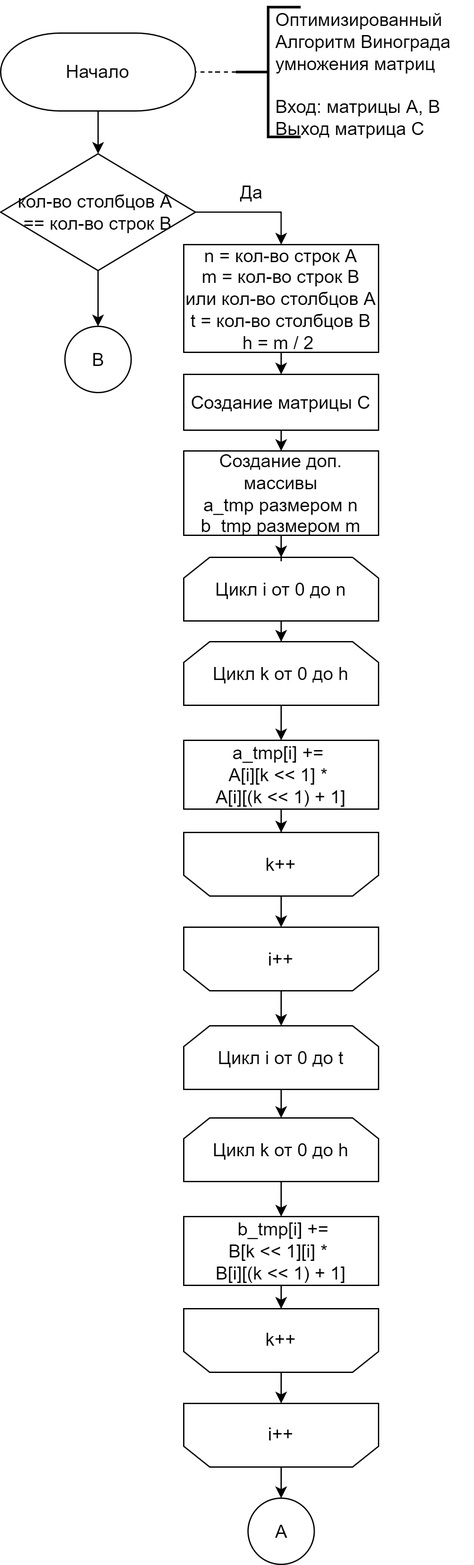
The draw.io diagram lab_02/docs/img/vinograd_opt_alg_1.png in Mansurow/bmstu-iu7-5sem-AA, before a commit. Source tidied: cells renumbered, new cells last; positions are measured from the earlier drawing's top-left corner, leaving out a move shared by most shapes.
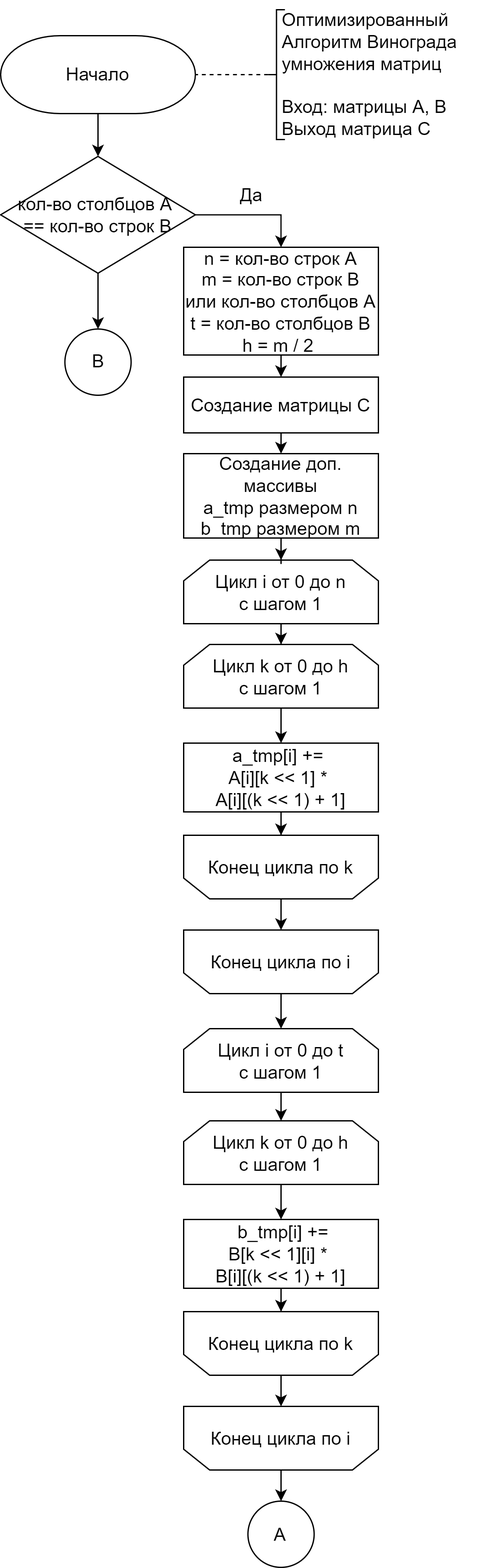
After the change.

The edit, as a diff of the source:
```diff
@@ -31,17 +31,17 @@
     <mxCell id="10" style="edgeStyle=orthogonalEdgeStyle;rounded=0;jettySize=auto;html=1;endArrow=classic;endFill=1;fontSize=14;" parent="1" edge="1" source="11" target="20">
       <mxGeometry relative="1" as="geometry" />
     </mxCell>
-    <mxCell id="11" value="&lt;span style=&quot;font-size: 14px;&quot;&gt;Цикл i от 0 до n&lt;/span&gt;" style="shape=loopLimit;whiteSpace=wrap;html=1;fontSize=14;" parent="1" vertex="1">
+    <mxCell id="11" value="&lt;span style=&quot;font-size: 14px;&quot;&gt;Цикл i от 0 до n&lt;br&gt;с шагом 1&lt;br&gt;&lt;/span&gt;" style="shape=loopLimit;whiteSpace=wrap;html=1;fontSize=14;" parent="1" vertex="1">
       <mxGeometry x="141" y="429" width="150" height="49" as="geometry" />
     </mxCell>
     <mxCell id="12" style="edgeStyle=orthogonalEdgeStyle;rounded=0;jettySize=auto;html=1;endArrow=none;endFill=0;dashed=1;fontSize=14;" parent="1" edge="1" source="13" target="3">
       <mxGeometry relative="1" as="geometry" />
     </mxCell>
-    <mxCell id="13" style="strokeWidth=2;html=1;shape=mxgraph.flowchart.annotation_2;align=left;labelPosition=right;fontSize=14;" parent="1" vertex="1">
-      <mxGeometry x="181" y="5" width="50" height="100" as="geometry" />
+    <mxCell id="13" style="strokeWidth=1;html=1;shape=mxgraph.flowchart.annotation_2;align=left;labelPosition=right;fontSize=14;" parent="1" vertex="1">
+      <mxGeometry x="206" y="5" width="13" height="100" as="geometry" />
     </mxCell>
     <mxCell id="14" value="Оптимизированный&lt;br style=&quot;font-size: 14px;&quot;&gt;Алгоритм Винограда&lt;br style=&quot;font-size: 14px;&quot;&gt;умножения матриц&lt;br style=&quot;font-size: 14px;&quot;&gt;&lt;br style=&quot;font-size: 14px;&quot;&gt;Вход: матрицы A, B&lt;br style=&quot;font-size: 14px;&quot;&gt;Выход матрица С" style="text;html=1;align=left;verticalAlign=middle;strokeColor=none;fillColor=none;fontSize=14;" parent="1" vertex="1">
-      <mxGeometry x="210" width="153" height="113" as="geometry" />
+      <mxGeometry x="215" y="-1.5" width="153" height="113" as="geometry" />
     </mxCell>
     <mxCell id="15" style="edgeStyle=orthogonalEdgeStyle;rounded=0;jettySize=auto;html=1;exitX=0.5;exitY=1;exitDx=0;exitDy=0;entryX=0.5;entryY=0;entryDx=0;entryDy=0;endArrow=classic;endFill=1;fontSize=14;" parent="1" edge="1" source="16" target="18">
       <mxGeometry relative="1" as="geometry" />
@@ -58,7 +58,7 @@
     <mxCell id="19" style="edgeStyle=orthogonalEdgeStyle;rounded=0;jettySize=auto;html=1;endArrow=classic;endFill=1;fontSize=14;" parent="1" edge="1" source="20" target="22">
       <mxGeometry relative="1" as="geometry" />
     </mxCell>
-    <mxCell id="20" value="&lt;span style=&quot;font-size: 14px;&quot;&gt;Цикл k от 0 до h&lt;br style=&quot;font-size: 14px;&quot;&gt;&lt;/span&gt;" style="shape=loopLimit;whiteSpace=wrap;html=1;fontSize=14;" parent="1" vertex="1">
+    <mxCell id="20" value="&lt;span style=&quot;font-size: 14px;&quot;&gt;Цикл k от 0 до h&lt;br&gt;с шагом 1&lt;br style=&quot;font-size: 14px;&quot;&gt;&lt;/span&gt;" style="shape=loopLimit;whiteSpace=wrap;html=1;fontSize=14;" parent="1" vertex="1">
       <mxGeometry x="141" y="494" width="150" height="49" as="geometry" />
     </mxCell>
     <mxCell id="21" style="edgeStyle=orthogonalEdgeStyle;rounded=0;jettySize=auto;html=1;endArrow=classic;endFill=1;fontSize=14;" parent="1" edge="1" source="22" target="26">
@@ -70,25 +70,25 @@
     <mxCell id="23" style="edgeStyle=orthogonalEdgeStyle;rounded=0;jettySize=auto;html=1;endArrow=classic;endFill=1;fontSize=14;" parent="1" edge="1" source="24" target="28">
       <mxGeometry relative="1" as="geometry" />
     </mxCell>
-    <mxCell id="24" value="&lt;span style=&quot;font-size: 14px;&quot;&gt;i++&lt;br style=&quot;font-size: 14px;&quot;&gt;&lt;/span&gt;" style="shape=loopLimit;whiteSpace=wrap;html=1;direction=west;fontSize=14;" parent="1" vertex="1">
+    <mxCell id="24" value="Конец цикла по i&lt;span style=&quot;font-size: 14px;&quot;&gt;&lt;br style=&quot;font-size: 14px;&quot;&gt;&lt;/span&gt;" style="shape=loopLimit;whiteSpace=wrap;html=1;direction=west;fontSize=14;" parent="1" vertex="1">
       <mxGeometry x="141" y="714" width="150" height="49" as="geometry" />
     </mxCell>
     <mxCell id="25" style="edgeStyle=orthogonalEdgeStyle;rounded=0;jettySize=auto;html=1;entryX=0.5;entryY=1;entryDx=0;entryDy=0;endArrow=classic;endFill=1;fontSize=14;" parent="1" edge="1" source="26" target="24">
       <mxGeometry relative="1" as="geometry" />
     </mxCell>
-    <mxCell id="26" value="&lt;span style=&quot;font-size: 14px;&quot;&gt;k++&lt;br style=&quot;font-size: 14px;&quot;&gt;&lt;/span&gt;" style="shape=loopLimit;whiteSpace=wrap;html=1;direction=west;fontSize=14;" parent="1" vertex="1">
+    <mxCell id="26" value="Конец цикла по k&lt;span style=&quot;font-size: 14px;&quot;&gt;&lt;br style=&quot;font-size: 14px;&quot;&gt;&lt;/span&gt;" style="shape=loopLimit;whiteSpace=wrap;html=1;direction=west;fontSize=14;" parent="1" vertex="1">
       <mxGeometry x="141" y="641" width="150" height="49" as="geometry" />
     </mxCell>
     <mxCell id="27" style="edgeStyle=orthogonalEdgeStyle;rounded=0;jettySize=auto;html=1;endArrow=classic;endFill=1;fontSize=14;" parent="1" edge="1" source="28" target="30">
       <mxGeometry relative="1" as="geometry" />
     </mxCell>
-    <mxCell id="28" value="&lt;span style=&quot;font-size: 14px;&quot;&gt;Цикл i от 0 до t&lt;/span&gt;" style="shape=loopLimit;whiteSpace=wrap;html=1;fontSize=14;" parent="1" vertex="1">
+    <mxCell id="28" value="&lt;span style=&quot;font-size: 14px;&quot;&gt;Цикл i от 0 до t&lt;br&gt;c шагом 1&lt;br&gt;&lt;/span&gt;" style="shape=loopLimit;whiteSpace=wrap;html=1;fontSize=14;" parent="1" vertex="1">
       <mxGeometry x="141" y="790" width="150" height="49" as="geometry" />
     </mxCell>
     <mxCell id="29" style="edgeStyle=orthogonalEdgeStyle;rounded=0;jettySize=auto;html=1;endArrow=classic;endFill=1;fontSize=14;" parent="1" edge="1" source="30" target="32">
       <mxGeometry relative="1" as="geometry" />
     </mxCell>
-    <mxCell id="30" value="&lt;span style=&quot;font-size: 14px;&quot;&gt;Цикл k от 0 до h&lt;br style=&quot;font-size: 14px;&quot;&gt;&lt;/span&gt;" style="shape=loopLimit;whiteSpace=wrap;html=1;fontSize=14;" parent="1" vertex="1">
+    <mxCell id="30" value="&lt;span style=&quot;font-size: 14px;&quot;&gt;Цикл k от 0 до h&lt;br&gt;с шагом 1&lt;br style=&quot;font-size: 14px;&quot;&gt;&lt;/span&gt;" style="shape=loopLimit;whiteSpace=wrap;html=1;fontSize=14;" parent="1" vertex="1">
       <mxGeometry x="141" y="861" width="150" height="49" as="geometry" />
     </mxCell>
     <mxCell id="31" style="edgeStyle=orthogonalEdgeStyle;rounded=0;jettySize=auto;html=1;endArrow=classic;endFill=1;fontSize=14;" parent="1" edge="1" source="32" target="36">
@@ -100,13 +100,13 @@
     <mxCell id="33" style="edgeStyle=orthogonalEdgeStyle;rounded=0;jettySize=auto;html=1;endArrow=classic;endFill=1;fontSize=14;" parent="1" edge="1" source="34" target="37">
       <mxGeometry relative="1" as="geometry" />
     </mxCell>
-    <mxCell id="34" value="&lt;span style=&quot;font-size: 14px;&quot;&gt;i++&lt;br style=&quot;font-size: 14px;&quot;&gt;&lt;/span&gt;" style="shape=loopLimit;whiteSpace=wrap;html=1;direction=west;fontSize=14;" parent="1" vertex="1">
+    <mxCell id="34" value="Конец цикла по i&lt;span style=&quot;font-size: 14px;&quot;&gt;&lt;br style=&quot;font-size: 14px;&quot;&gt;&lt;/span&gt;" style="shape=loopLimit;whiteSpace=wrap;html=1;direction=west;fontSize=14;" parent="1" vertex="1">
       <mxGeometry x="141" y="1081" width="150" height="49" as="geometry" />
     </mxCell>
     <mxCell id="35" style="edgeStyle=orthogonalEdgeStyle;rounded=0;jettySize=auto;html=1;entryX=0.5;entryY=1;entryDx=0;entryDy=0;endArrow=classic;endFill=1;fontSize=14;" parent="1" edge="1" source="36" target="34">
       <mxGeometry relative="1" as="geometry" />
     </mxCell>
-    <mxCell id="36" value="&lt;span style=&quot;font-size: 14px;&quot;&gt;k++&lt;br style=&quot;font-size: 14px;&quot;&gt;&lt;/span&gt;" style="shape=loopLimit;whiteSpace=wrap;html=1;direction=west;fontSize=14;" parent="1" vertex="1">
+    <mxCell id="36" value="Конец цикла по k&lt;span style=&quot;font-size: 14px;&quot;&gt;&lt;br style=&quot;font-size: 14px;&quot;&gt;&lt;/span&gt;" style="shape=loopLimit;whiteSpace=wrap;html=1;direction=west;fontSize=14;" parent="1" vertex="1">
       <mxGeometry x="141" y="1008" width="150" height="49" as="geometry" />
     </mxCell>
     <mxCell id="37" value="A" style="ellipse;whiteSpace=wrap;html=1;fontSize=14;" parent="1" vertex="1">
```
